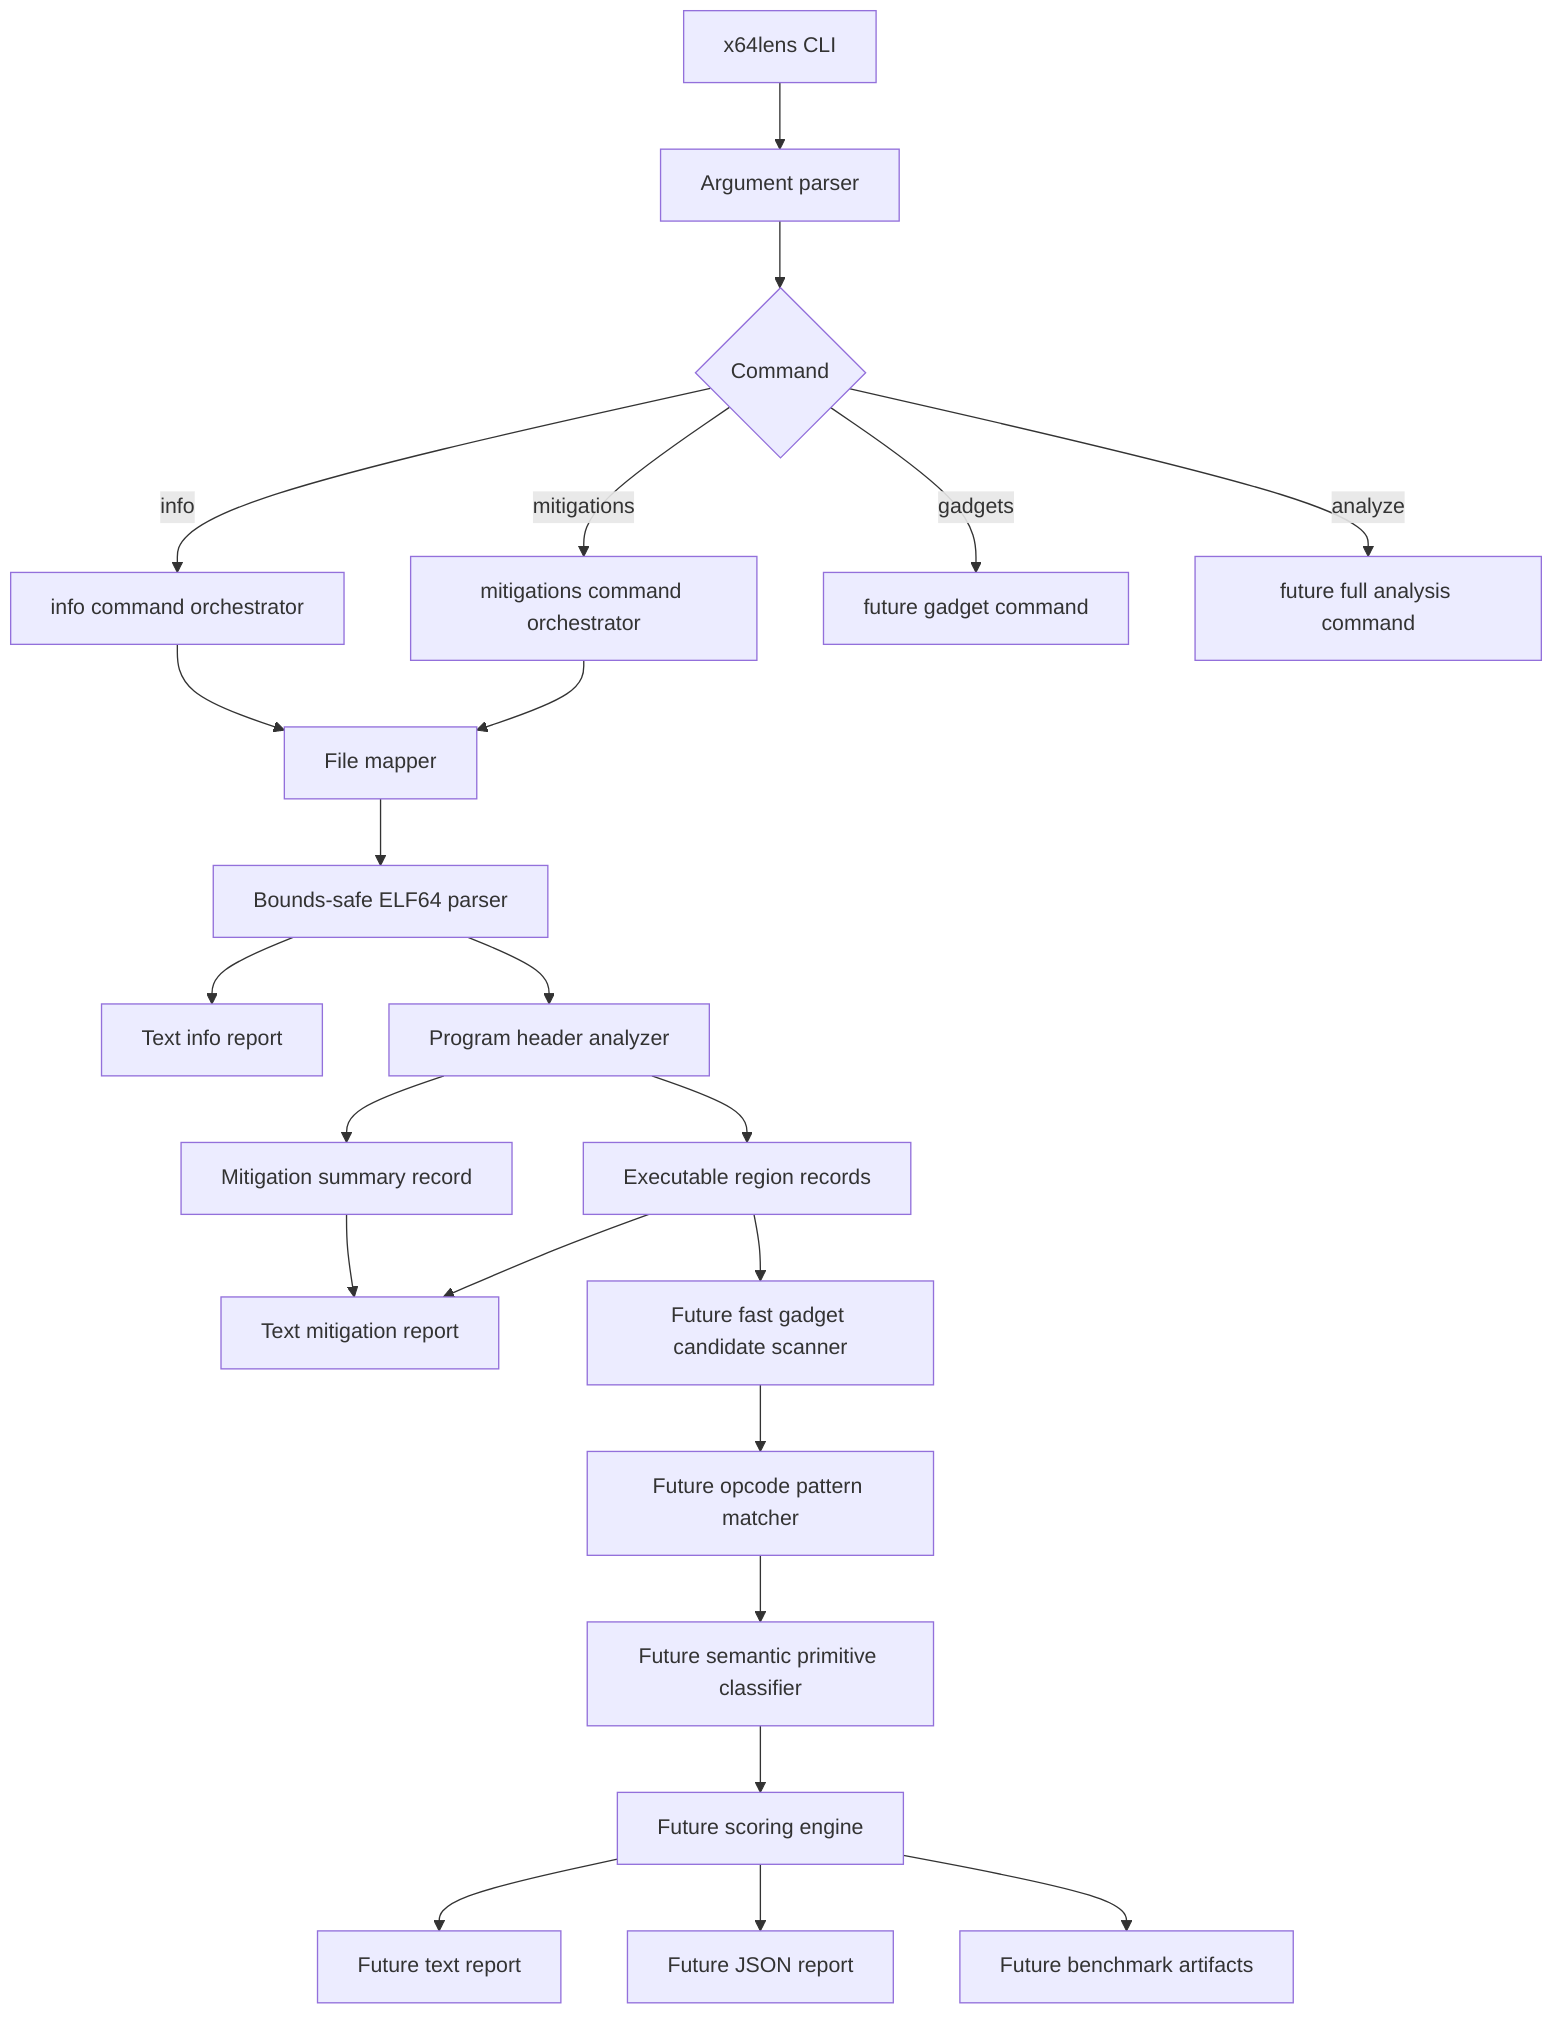
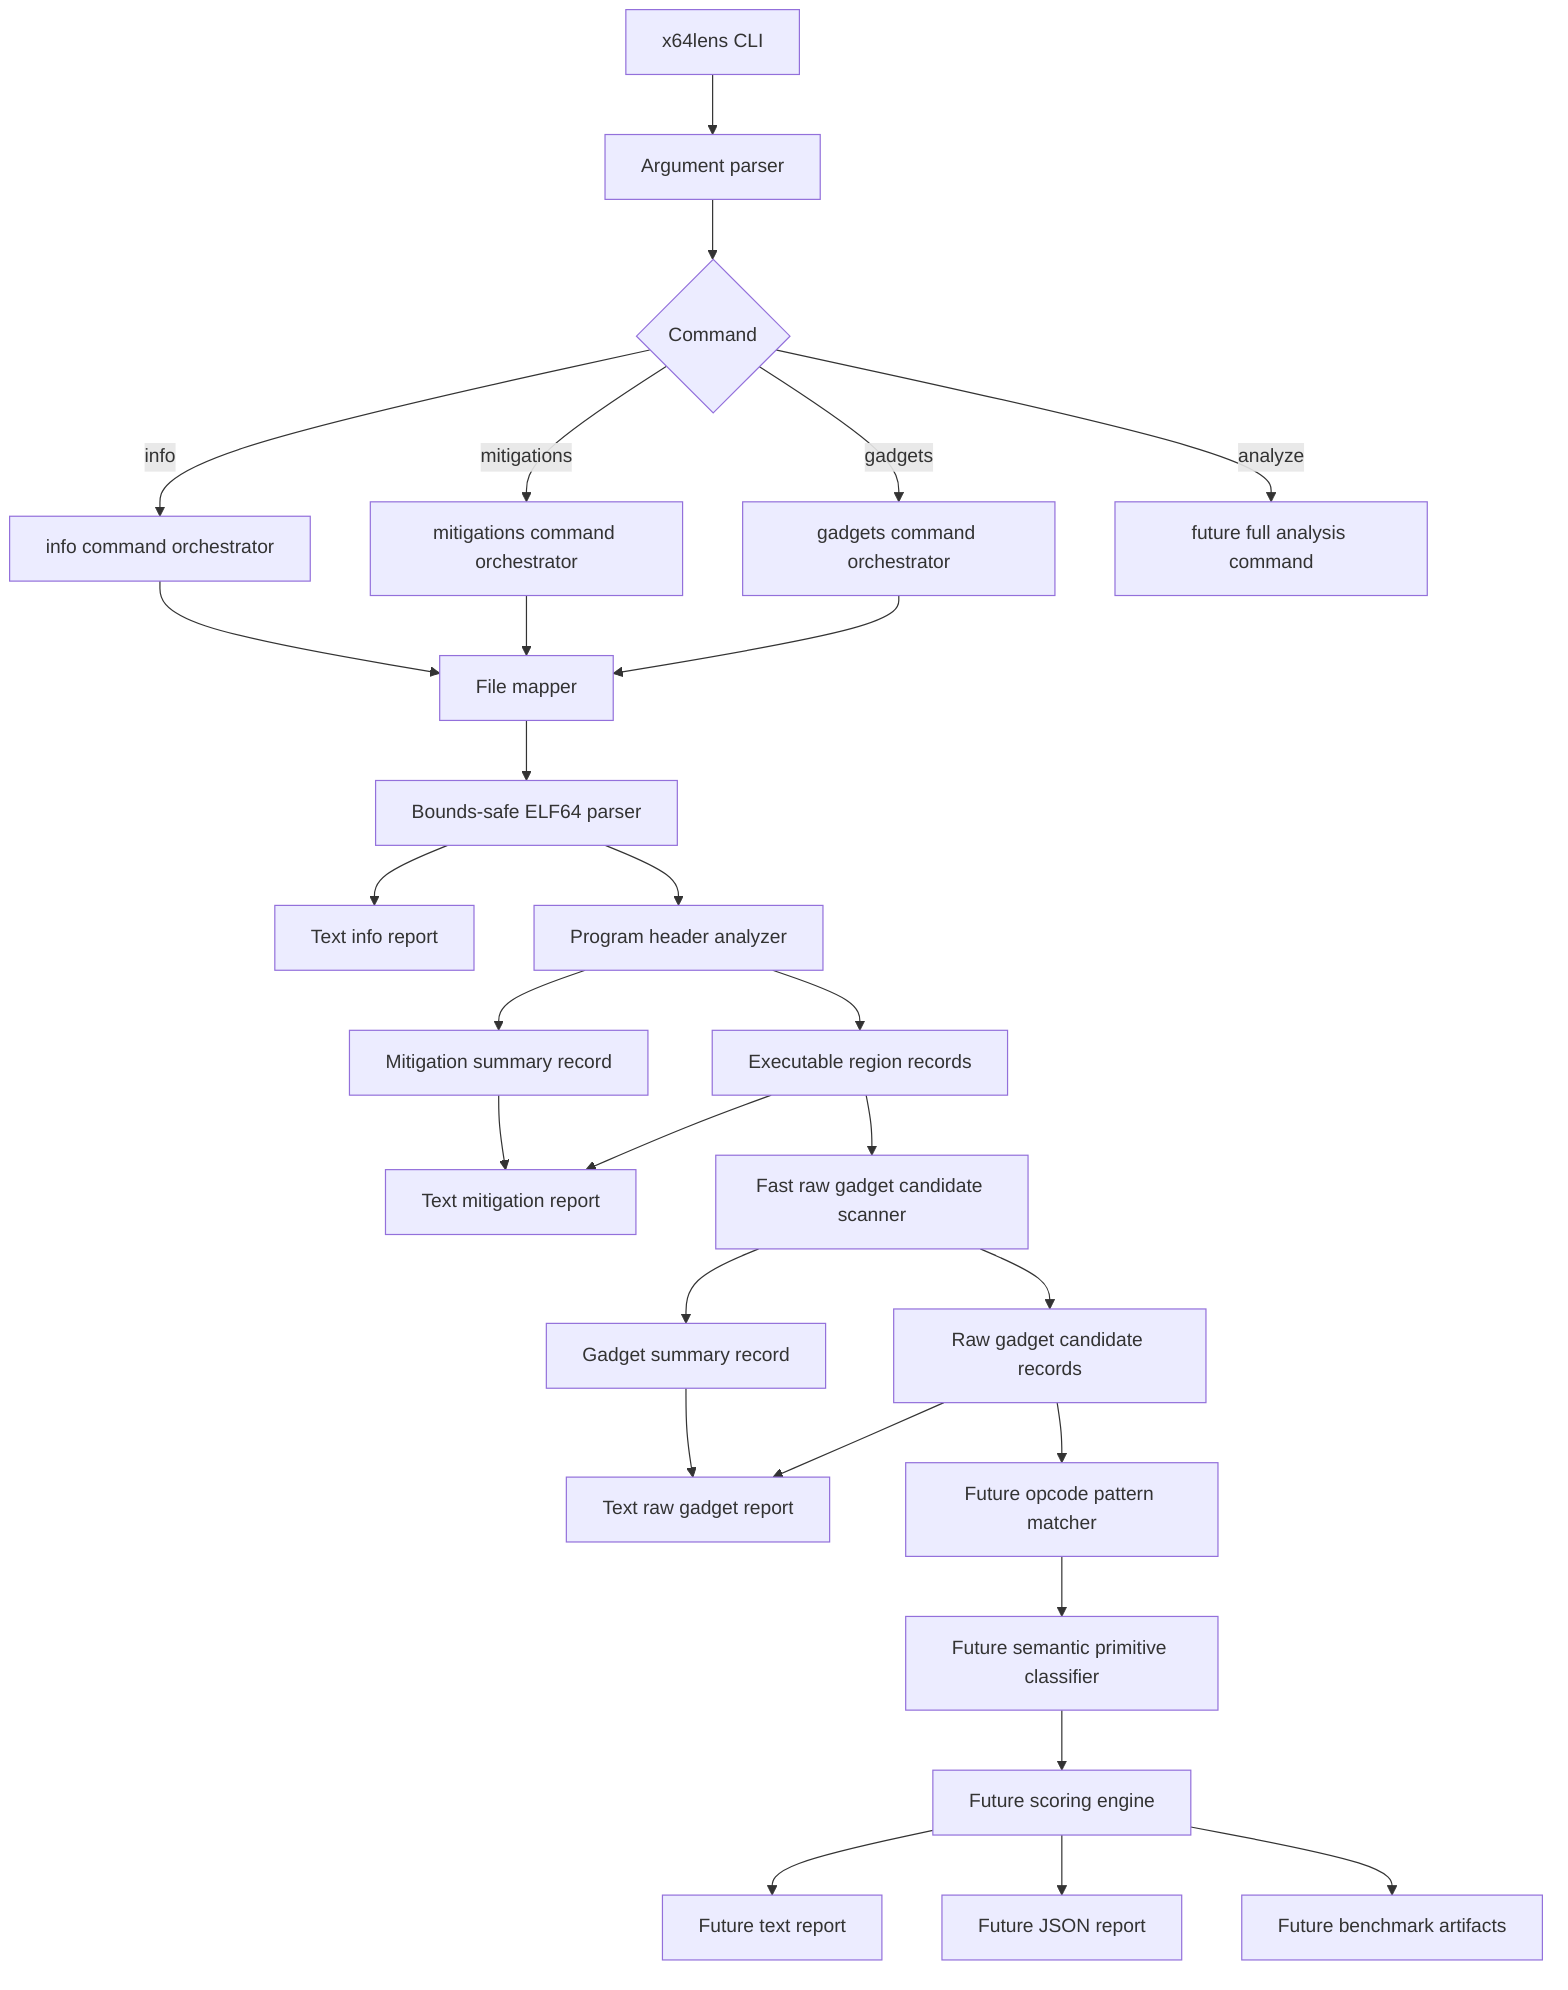
flowchart TD
    A[x64lens CLI] --> B[Argument parser]
    B --> C{Command}

    C -->|info| D[info command orchestrator]
    C -->|mitigations| M[mitigations command orchestrator]
-     C -->|gadgets| FUT1[future gadget command]
+     C -->|gadgets| G[gadgets command orchestrator]
    C -->|analyze| FUT2[future full analysis command]

    D --> FM[File mapper]
    M --> FM
+     G --> FM
    FM --> ELF[Bounds-safe ELF64 parser]

    ELF --> IR[Text info report]
    ELF --> PH[Program header analyzer]
    PH --> MR[Mitigation summary record]
    PH --> ER[Executable region records]
    MR --> MTR[Text mitigation report]
    ER --> MTR

-     ER --> SC[Future fast gadget candidate scanner]
-     SC --> PT[Future opcode pattern matcher]
+     ER --> SC[Fast raw gadget candidate scanner]
+     SC --> GS[Gadget summary record]
+     SC --> GR[Raw gadget candidate records]
+     GS --> GTR[Text raw gadget report]
+     GR --> GTR
+ 
+     GR --> PT[Future opcode pattern matcher]
    PT --> CL[Future semantic primitive classifier]
    CL --> SO[Future scoring engine]
    SO --> TXT[Future text report]
    SO --> JSON[Future JSON report]
    SO --> BENCH[Future benchmark artifacts]
